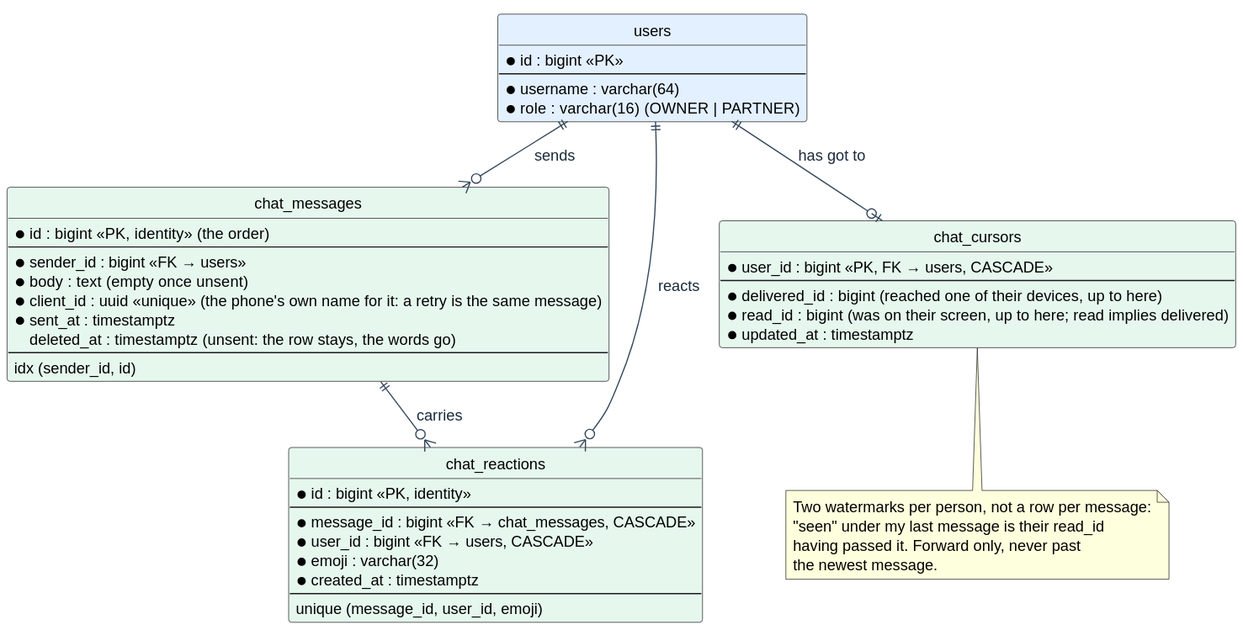
Earlier version of the PlantUML export gt2/docs/diagrams/data-model-chat.svg (caseythecoder90/grindtrack). Source of this version:
```plantuml
@startuml
!pragma layout smetana
hide circle
skinparam linetype ortho
skinparam backgroundColor #FFFFFF
skinparam defaultFontSize 13
skinparam defaultFontName Helvetica
skinparam shadowing false
skinparam ArrowColor #33475B
skinparam ArrowFontColor #1A2B3C
skinparam entity {
  BackgroundColor #EEF2F7
  BorderColor #33475B
  FontColor #12243A
}

entity "users" as users #E3F0FF {
  * id : bigint <<PK>>
  --
  * username : varchar(64)
  * role : varchar(16)  (OWNER | PARTNER)
}

entity "chat_messages" as msgs #E6F7EE {
  * id : bigint <<PK, identity>>  (the order)
  --
  * sender_id : bigint <<FK → users>>
  * body : text  (empty once unsent)
  * client_id : uuid <<unique>>  (the phone's own name for it: a retry is the same message)
  * sent_at : timestamptz
  deleted_at : timestamptz  (unsent: the row stays, the words go)
  --
  idx (sender_id, id)
}

entity "chat_reactions" as reacts #E6F7EE {
  * id : bigint <<PK, identity>>
  --
  * message_id : bigint <<FK → chat_messages, CASCADE>>
  * user_id : bigint <<FK → users, CASCADE>>
  * emoji : varchar(32)
  * created_at : timestamptz
  --
  unique (message_id, user_id, emoji)
}

entity "chat_cursors" as cursors #E6F7EE {
  * user_id : bigint <<PK, FK → users, CASCADE>>
  --
  * delivered_id : bigint  (reached one of their devices, up to here)
  * read_id : bigint  (was on their screen, up to here; read implies delivered)
  * updated_at : timestamptz
}

users ||--o{ msgs : sends
users ||--o{ reacts : reacts
users ||--o| cursors : has got to
msgs ||--o{ reacts : carries

note bottom of cursors
  Two watermarks per person, not a row per message:
  "seen" under my last message is their read_id
  having passed it. Forward only, never past
  the newest message.
end note
@enduml
```
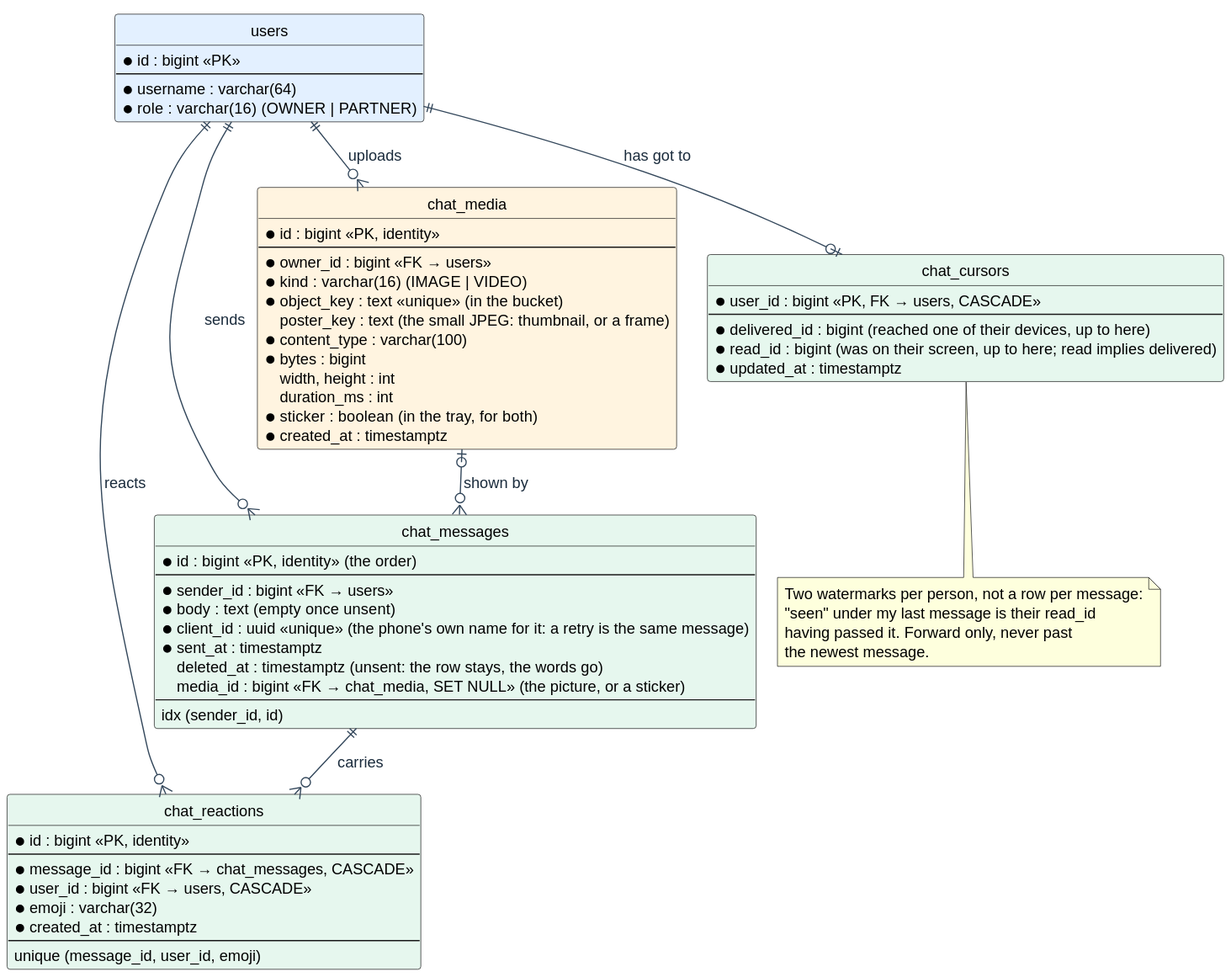
After the change.

What changed in the source:
```diff
@@ -29,6 +29,7 @@
   * client_id : uuid <<unique>>  (the phone's own name for it: a retry is the same message)
   * sent_at : timestamptz
   deleted_at : timestamptz  (unsent: the row stays, the words go)
+  media_id : bigint <<FK → chat_media, SET NULL>>  (the picture, or a sticker)
   --
   idx (sender_id, id)
 }
@@ -44,6 +45,21 @@
   unique (message_id, user_id, emoji)
 }
 
+entity "chat_media" as media #FFF4E0 {
+  * id : bigint <<PK, identity>>
+  --
+  * owner_id : bigint <<FK → users>>
+  * kind : varchar(16)  (IMAGE | VIDEO)
+  * object_key : text <<unique>>  (in the bucket)
+  poster_key : text  (the small JPEG: thumbnail, or a frame)
+  * content_type : varchar(100)
+  * bytes : bigint
+  width, height : int
+  duration_ms : int
+  * sticker : boolean  (in the tray, for both)
+  * created_at : timestamptz
+}
+
 entity "chat_cursors" as cursors #E6F7EE {
   * user_id : bigint <<PK, FK → users, CASCADE>>
   --
@@ -56,6 +72,8 @@
 users ||--o{ reacts : reacts
 users ||--o| cursors : has got to
 msgs ||--o{ reacts : carries
+users ||--o{ media : uploads
+media |o--o{ msgs : shown by
 
 note bottom of cursors
   Two watermarks per person, not a row per message:
```
